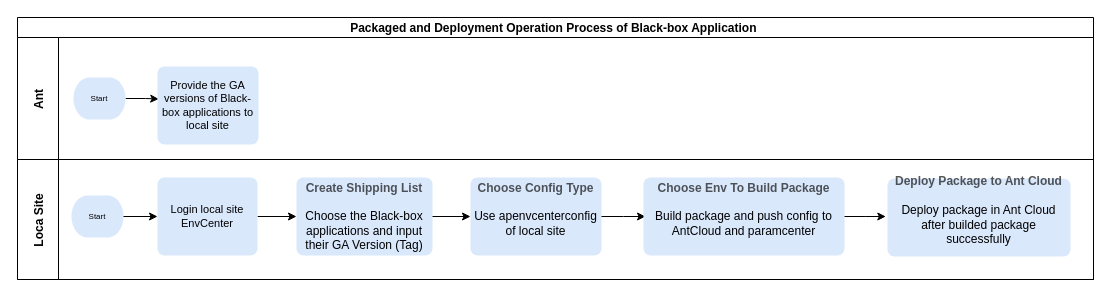
Above: page "第 20 页" (20 of 20) of 会员账户.drawio in renqiuming/drawio (draw.io), before the change. Source tidied: cells renumbered, new cells numbered last; positions are measured from the earlier drawing's top-left corner, leaving out a move shared by most shapes. Both pictures are drawn from the tidied source at 100%, with x=0, y=0 at pixel (17, 17).
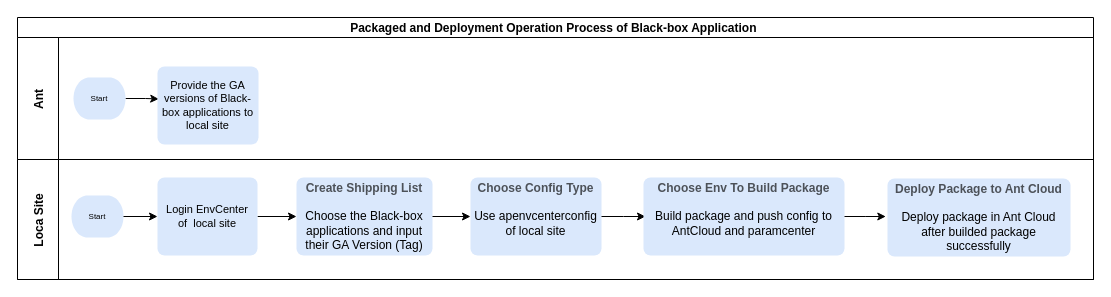
The same diagram, later.

The change refers to these unchanged cells:
```xml
<mxCell id="7" value="Loca Site" style="swimlane;startSize=41;horizontal=0;" parent="2" vertex="1">
  <mxGeometry y="142" width="1076" height="120" as="geometry" />
</mxCell>
```

The edit, as a diff of the source:
```diff
@@
-    <mxCell id="11" value="&lt;span style=&quot;font-size: 11px;&quot;&gt;Login local site EnvCenter&lt;/span&gt;" style="rounded=1;whiteSpace=wrap;html=1;absoluteArcSize=1;arcSize=14;strokeWidth=2;fillColor=#dae8fc;strokeColor=none;fontSize=8;" parent="7" vertex="1">
+    <mxCell id="11" value="&lt;span style=&quot;font-size: 11px;&quot;&gt;Login EnvCenter of&amp;nbsp;&lt;/span&gt;&lt;span style=&quot;font-size: 11px;&quot;&gt;&amp;nbsp;local site&lt;/span&gt;" style="rounded=1;whiteSpace=wrap;html=1;absoluteArcSize=1;arcSize=14;strokeWidth=2;fillColor=#dae8fc;strokeColor=none;fontSize=8;" parent="7" vertex="1">
       <mxGeometry x="140" y="18" width="100" height="78" as="geometry" />
     </mxCell>
@@
-    <mxCell id="17" value="&lt;font style=&quot;font-size: 12px;&quot;&gt;&lt;span style=&quot;color: rgba(0, 0, 0, 0.65); text-align: start;&quot;&gt;&lt;b style=&quot;&quot;&gt;Deploy Package to Ant Cloud&lt;br&gt;&lt;/b&gt;&lt;/span&gt;&lt;br&gt;Deploy package in Ant Cloud after builded package successfully&lt;br&gt;&lt;br&gt;&lt;/font&gt;" style="rounded=1;whiteSpace=wrap;html=1;absoluteArcSize=1;arcSize=14;strokeWidth=2;fillColor=#dae8fc;strokeColor=none;fontSize=8;" parent="7" vertex="1">
+    <mxCell id="17" value="&lt;font style=&quot;font-size: 12px;&quot;&gt;&lt;span style=&quot;color: rgba(0, 0, 0, 0.65); text-align: start;&quot;&gt;&lt;b style=&quot;&quot;&gt;Deploy Package to Ant Cloud&lt;/b&gt;&lt;/span&gt;&lt;br&gt;&lt;br&gt;Deploy package in Ant Cloud after builded package successfully&lt;br&gt;&lt;/font&gt;" style="rounded=1;whiteSpace=wrap;html=1;absoluteArcSize=1;arcSize=14;strokeWidth=2;fillColor=#dae8fc;strokeColor=none;fontSize=8;" parent="7" vertex="1">
       <mxGeometry x="870" y="19" width="183" height="78" as="geometry" />
     </mxCell>
```
